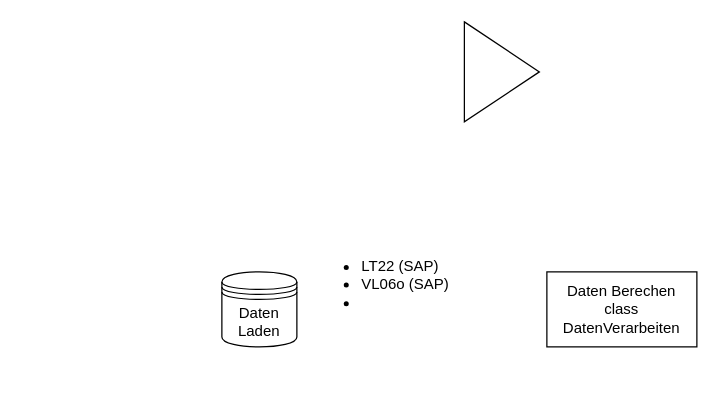
Nuckeln/PAMS keeps this draw.io diagram as funktionshierarchie.drawio. Above is the earlier version. Source tidied: cells renumbered, new cells numbered last; positions are measured from the earlier drawing's top-left corner, leaving out a move shared by most shapes. Both pictures are drawn from the tidied source at 125%, with x=0, y=0 at pixel (221, 21).
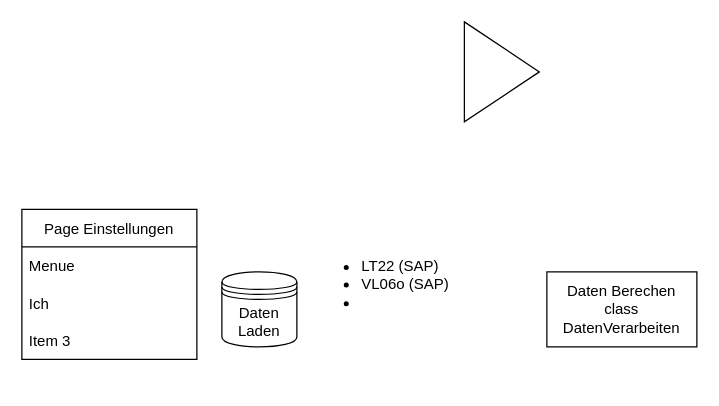
Above is the later version.

Change to the diagram source:
```diff
@@
 <mxGraphModel>
   <root>
     <mxCell id="0" />
     <mxCell id="1" parent="0" />
     <mxCell id="2" value="Daten Laden" style="shape=datastore;whiteSpace=wrap;html=1;" parent="1" vertex="1">
       <mxGeometry y="200" width="60" height="60" as="geometry" />
     </mxCell>
     <mxCell id="3" value="&lt;ul&gt;&lt;li&gt;LT22 (SAP)&amp;nbsp;&lt;/li&gt;&lt;li&gt;VL06o (SAP)&lt;/li&gt;&lt;li&gt;&lt;br&gt;&lt;/li&gt;&lt;/ul&gt;" style="text;strokeColor=none;fillColor=none;html=1;whiteSpace=wrap;verticalAlign=middle;overflow=hidden;" parent="1" vertex="1">
       <mxGeometry x="70" y="130" width="140" height="160" as="geometry" />
     </mxCell>
     <mxCell id="4" style="triangle;whiteSpace=wrap;html=1;" parent="1" vertex="1">
       <mxGeometry x="194" width="60" height="80" as="geometry" />
     </mxCell>
     <mxCell id="5" value="Daten Berechen&lt;br&gt;class DatenVerarbeiten&lt;br&gt;" style="rounded=0;whiteSpace=wrap;html=1;" parent="1" vertex="1">
       <mxGeometry x="260" y="200" width="120" height="60" as="geometry" />
     </mxCell>
+    <mxCell id="6" value="Page Einstellungen" style="swimlane;fontStyle=0;horizontal=1;startSize=30;" parent="1" vertex="1">
+      <mxGeometry x="-160" y="150" width="140" height="120" as="geometry" />
+    </mxCell>
+    <mxCell id="7" value="Menue" style="text;strokeColor=none;fillColor=none;align=left;verticalAlign=middle;spacingLeft=4;spacingRight=4;overflow=hidden;" parent="6" vertex="1">
+      <mxGeometry y="30" width="140" height="30" as="geometry" />
+    </mxCell>
+    <mxCell id="8" value="Ich" style="text;strokeColor=none;fillColor=none;align=left;verticalAlign=middle;spacingLeft=4;spacingRight=4;overflow=hidden;" parent="6" vertex="1">
+      <mxGeometry y="60" width="140" height="30" as="geometry" />
+    </mxCell>
+    <mxCell id="9" value="Item 3" style="text;strokeColor=none;fillColor=none;align=left;verticalAlign=middle;spacingLeft=4;spacingRight=4;overflow=hidden;" parent="6" vertex="1">
+      <mxGeometry y="90" width="140" height="30" as="geometry" />
+    </mxCell>
   </root>
 </mxGraphModel>
```
